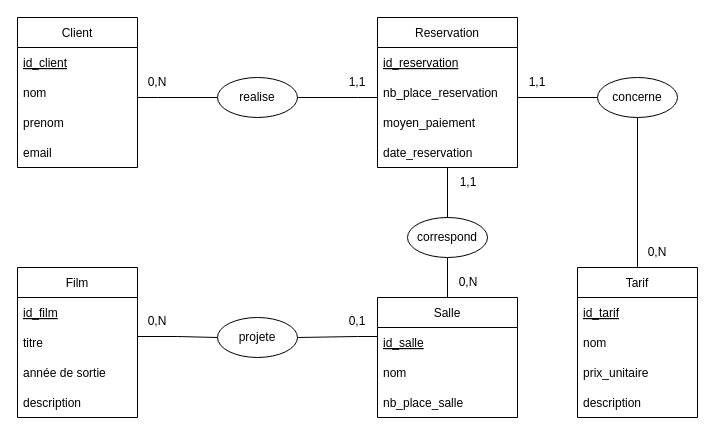
Before: BaseDeDonnee/MCD/MCD KUT-Cinema.drawio in Arviik/KUT-Cinema, a draw.io diagram. Source tidied: cells renumbered, new cells numbered last; positions are measured from the earlier drawing's top-left corner, leaving out a move shared by most shapes. Both pictures are drawn from the tidied source at 100%, with x=0, y=0 at pixel (17, 17).
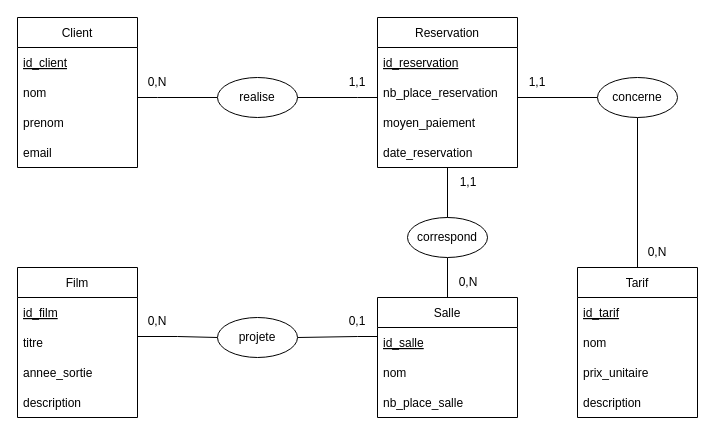
After the change.

Unchanged cells that the change refers to:
```xml
<mxCell id="22" value="Film" style="swimlane;fontStyle=0;horizontal=1;startSize=30;" parent="1" vertex="1">
  <mxGeometry y="250" width="120" height="150" as="geometry" />
</mxCell>
```

What changed in the source:
```diff
@@
-    <mxCell id="25" value="année de sortie" style="text;strokeColor=none;fillColor=none;align=left;verticalAlign=middle;spacingLeft=4;spacingRight=4;overflow=hidden;" parent="22" vertex="1">
+    <mxCell id="25" value="annee_sortie" style="text;strokeColor=none;fillColor=none;align=left;verticalAlign=middle;spacingLeft=4;spacingRight=4;overflow=hidden;" parent="22" vertex="1">
       <mxGeometry y="90" width="120" height="30" as="geometry" />
     </mxCell>
```
